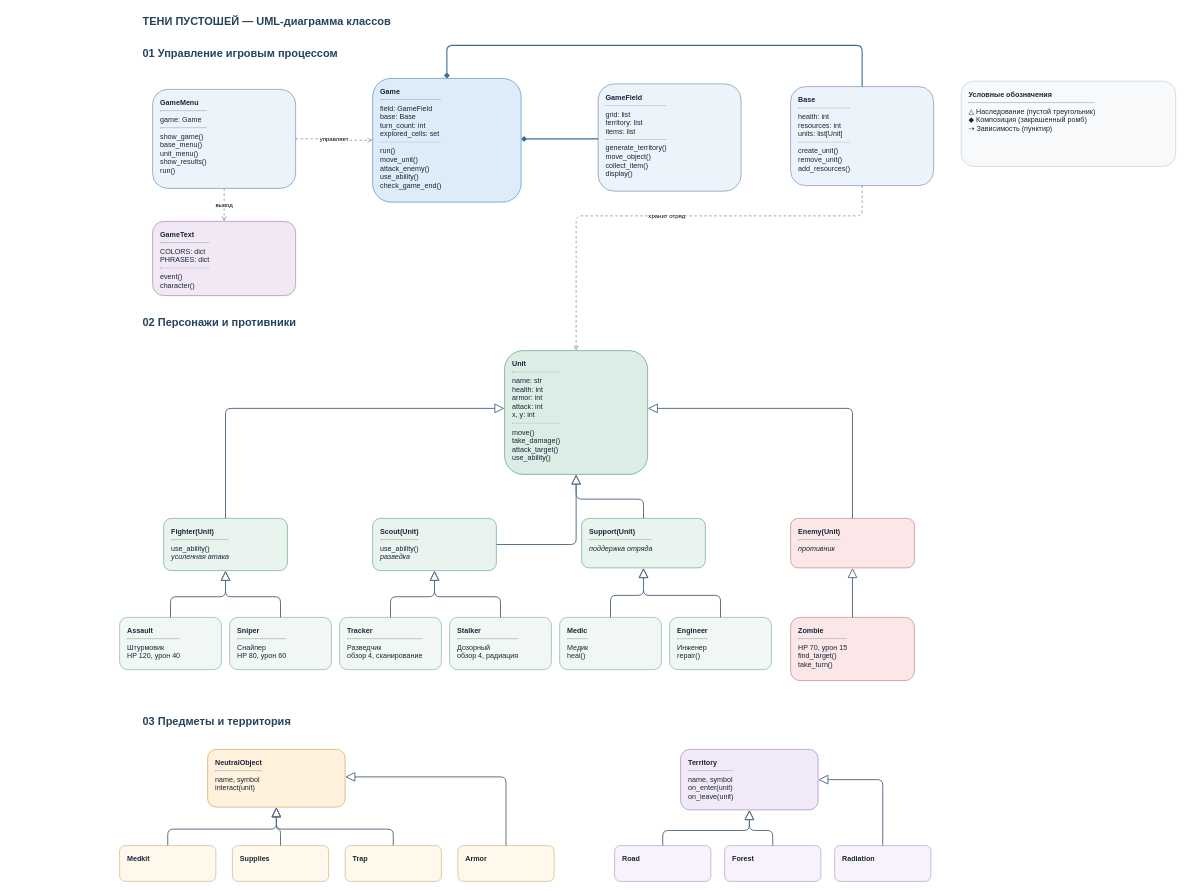
Earlier version of the draw.io diagram Practice_02/practice_02_class_diagram.drawio (PolinaOvechka/Languages_for_AI_Yaroslavtseva_Polina). Source tidied: cells renumbered, new cells numbered last; positions are measured from the earlier drawing's top-left corner, leaving out a move shared by most shapes. Both pictures are drawn from the tidied source at 55%, with x=0, y=0 at pixel (119, 9).
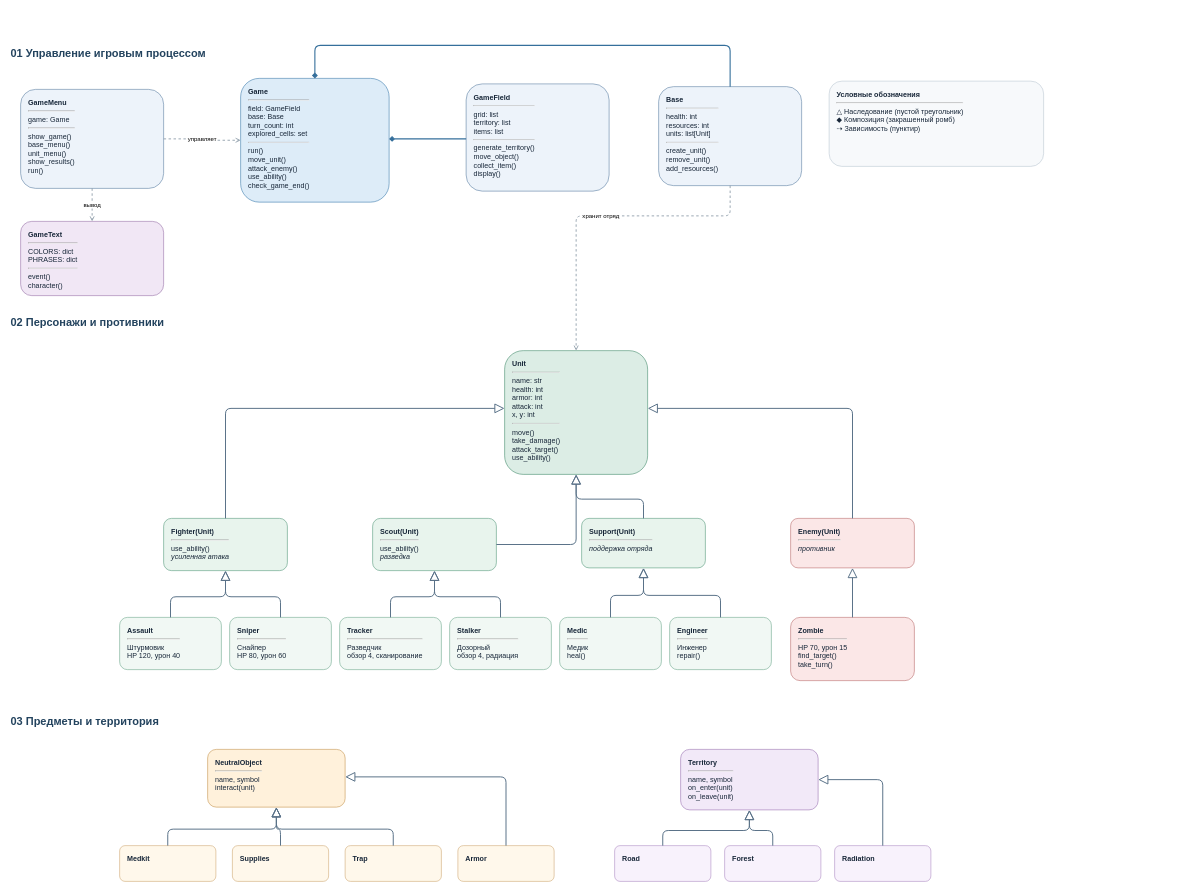
The same page after the edit.

The change refers to these unchanged cells:
```xml
<mxCell id="14" value="&lt;b&gt;Unit&lt;/b&gt;&lt;hr&gt;name: str&lt;br&gt;health: int&lt;br&gt;armor: int&lt;br&gt;attack: int&lt;br&gt;x, y: int&lt;hr&gt;move()&lt;br&gt;take_damage()&lt;br&gt;attack_target()&lt;br&gt;use_ability()" style="rounded=1;whiteSpace=wrap;html=1;fillColor=#DCEDE5;strokeColor=#398564;fontColor=#172638;align=left;verticalAlign=top;spacingTop=10;spacingLeft=12;fontSize=13;shadow=0;" parent="1" vertex="1">
  <mxGeometry x="700" y="620" width="260" height="225" as="geometry" />
</mxCell>
```

The edit, as a diff of the source:
```diff
@@
-    <mxCell id="2" value="ТЕНИ ПУСТОШЕЙ — UML-диаграмма классов" style="text;html=1;align=left;verticalAlign=middle;whiteSpace=wrap;rounded=0;fontSize=20;fontStyle=1;fontColor=#23435E;" parent="1" vertex="1">
-      <mxGeometry x="40" width="900" height="42" as="geometry" />
-    </mxCell>
     <mxCell id="3" value="01  Управление игровым процессом" style="text;html=1;align=left;verticalAlign=middle;whiteSpace=wrap;rounded=0;fontSize=20;fontStyle=1;fontColor=#23435E;" parent="1" vertex="1">
-      <mxGeometry x="40" y="60" width="400" height="35" as="geometry" />
+      <mxGeometry x="-200" y="60" width="400" height="35" as="geometry" />
     </mxCell>
     <mxCell id="4" value="&lt;b&gt;Game&lt;/b&gt;&lt;hr&gt;field: GameField&lt;br&gt;base: Base&lt;br&gt;turn_count: int&lt;br&gt;explored_cells: set&lt;hr&gt;run()&lt;br&gt;move_unit()&lt;br&gt;attack_enemy()&lt;br&gt;use_ability()&lt;br&gt;check_game_end()" style="rounded=1;whiteSpace=wrap;html=1;fillColor=#DDECF8;strokeColor=#3275A8;fontColor=#172638;align=left;verticalAlign=top;spacingTop=10;spacingLeft=12;fontSize=13;shadow=0;" parent="1" vertex="1">
-      <mxGeometry x="460" y="125" width="270" height="225" as="geometry" />
+      <mxGeometry x="220" y="125" width="270" height="225" as="geometry" />
     </mxCell>
     <mxCell id="5" value="&lt;b&gt;GameMenu&lt;/b&gt;&lt;hr&gt;game: Game&lt;hr&gt;show_game()&lt;br&gt;base_menu()&lt;br&gt;unit_menu()&lt;br&gt;show_results()&lt;br&gt;run()" style="rounded=1;whiteSpace=wrap;html=1;fillColor=#EDF3FA;strokeColor=#53779D;fontColor=#172638;align=left;verticalAlign=top;spacingTop=10;spacingLeft=12;fontSize=13;shadow=0;" parent="1" vertex="1">
-      <mxGeometry x="60" y="145" width="260" height="180" as="geometry" />
+      <mxGeometry x="-180" y="145" width="260" height="180" as="geometry" />
     </mxCell>
     <mxCell id="6" value="&lt;b&gt;GameField&lt;/b&gt;&lt;hr&gt;grid: list&lt;br&gt;territory: list&lt;br&gt;items: list&lt;hr&gt;generate_territory()&lt;br&gt;move_object()&lt;br&gt;collect_item()&lt;br&gt;display()" style="rounded=1;whiteSpace=wrap;html=1;fillColor=#EDF3FA;strokeColor=#53779D;fontColor=#172638;align=left;verticalAlign=top;spacingTop=10;spacingLeft=12;fontSize=13;shadow=0;" parent="1" vertex="1">
-      <mxGeometry x="870" y="135" width="260" height="195" as="geometry" />
+      <mxGeometry x="630" y="135" width="260" height="195" as="geometry" />
     </mxCell>
     <mxCell id="7" value="&lt;b&gt;Base&lt;/b&gt;&lt;hr&gt;health: int&lt;br&gt;resources: int&lt;br&gt;units: list[Unit]&lt;hr&gt;create_unit()&lt;br&gt;remove_unit()&lt;br&gt;add_resources()" style="rounded=1;whiteSpace=wrap;html=1;fillColor=#EDF3FA;strokeColor=#53779D;fontColor=#172638;align=left;verticalAlign=top;spacingTop=10;spacingLeft=12;fontSize=13;shadow=0;" parent="1" vertex="1">
-      <mxGeometry x="1220" y="140" width="260" height="180" as="geometry" />
+      <mxGeometry x="980" y="140" width="260" height="180" as="geometry" />
     </mxCell>
     <mxCell id="8" value="&lt;b&gt;GameText&lt;/b&gt;&lt;hr&gt;COLORS: dict&lt;br&gt;PHRASES: dict&lt;hr&gt;event()&lt;br&gt;character()" style="rounded=1;whiteSpace=wrap;html=1;fillColor=#F1E7F5;strokeColor=#9169A1;fontColor=#172638;align=left;verticalAlign=top;spacingTop=10;spacingLeft=12;fontSize=13;shadow=0;" parent="1" vertex="1">
-      <mxGeometry x="60" y="385" width="260" height="135" as="geometry" />
+      <mxGeometry x="-180" y="385" width="260" height="135" as="geometry" />
     </mxCell>
@@
     <mxCell id="10" style="edgeStyle=orthogonalEdgeStyle;rounded=1;jettySize=auto;html=1;startArrow=diamond;startFill=1;endArrow=none;strokeColor=#356F9B;strokeWidth=2;" parent="1" edge="1" source="4" target="6">
       <mxGeometry relative="1" as="geometry">
         <Array as="points">
-          <mxPoint x="770" y="235" />
-          <mxPoint x="770" y="235" />
+          <mxPoint x="530" y="235" />
+          <mxPoint x="530" y="235" />
         </Array>
       </mxGeometry>
     </mxCell>
     <mxCell id="11" style="edgeStyle=orthogonalEdgeStyle;rounded=1;jettySize=auto;html=1;startArrow=diamond;startFill=1;endArrow=none;strokeColor=#356F9B;strokeWidth=2;" parent="1" edge="1" source="4" target="7">
       <mxGeometry relative="1" as="geometry">
         <Array as="points">
-          <mxPoint x="595" y="65" />
-          <mxPoint x="1350" y="65" />
+          <mxPoint x="355" y="65" />
+          <mxPoint x="1110" y="65" />
         </Array>
       </mxGeometry>
     </mxCell>
@@
     <mxCell id="13" value="02  Персонажи и противники" style="text;html=1;align=left;verticalAlign=middle;whiteSpace=wrap;rounded=0;fontSize=20;fontStyle=1;fontColor=#23435E;" parent="1" vertex="1">
-      <mxGeometry x="40" y="550" width="400" height="35" as="geometry" />
+      <mxGeometry x="-200" y="550" width="400" height="35" as="geometry" />
     </mxCell>
@@
     <mxCell id="37" value="03  Предметы и территория" style="text;html=1;align=left;verticalAlign=middle;whiteSpace=wrap;rounded=0;fontSize=20;fontStyle=1;fontColor=#23435E;" parent="1" vertex="1">
-      <mxGeometry x="40" y="1275" width="400" height="35" as="geometry" />
+      <mxGeometry x="-200" y="1275" width="400" height="35" as="geometry" />
     </mxCell>
@@
     <mxCell id="54" value="&lt;b&gt;Условные обозначения&lt;/b&gt;&lt;hr&gt;△ Наследование (пустой треугольник)&lt;br&gt;◆ Композиция (закрашенный ромб)&lt;br&gt;⇢ Зависимость (пунктир)" style="rounded=1;whiteSpace=wrap;html=1;fillColor=#F7F9FB;strokeColor=#B8C5D0;fontColor=#172638;align=left;verticalAlign=top;spacingTop=10;spacingLeft=12;fontSize=13;shadow=0;" parent="1" vertex="1">
-      <mxGeometry x="1530" y="130" width="390" height="155" as="geometry" />
+      <mxGeometry x="1290" y="130" width="390" height="155" as="geometry" />
     </mxCell>
     <mxCell id="55" value="хранит отряд" style="edgeStyle=orthogonalEdgeStyle;rounded=1;jettySize=auto;html=1;dashed=1;endArrow=open;strokeColor=#8797A4;strokeWidth=1.5;" parent="1" edge="1" source="7" target="14">
       <mxGeometry relative="1" as="geometry">
         <Array as="points">
-          <mxPoint x="1350" y="375" />
+          <mxPoint x="1110" y="375" />
           <mxPoint x="830" y="375" />
         </Array>
       </mxGeometry>
     </mxCell>
```
